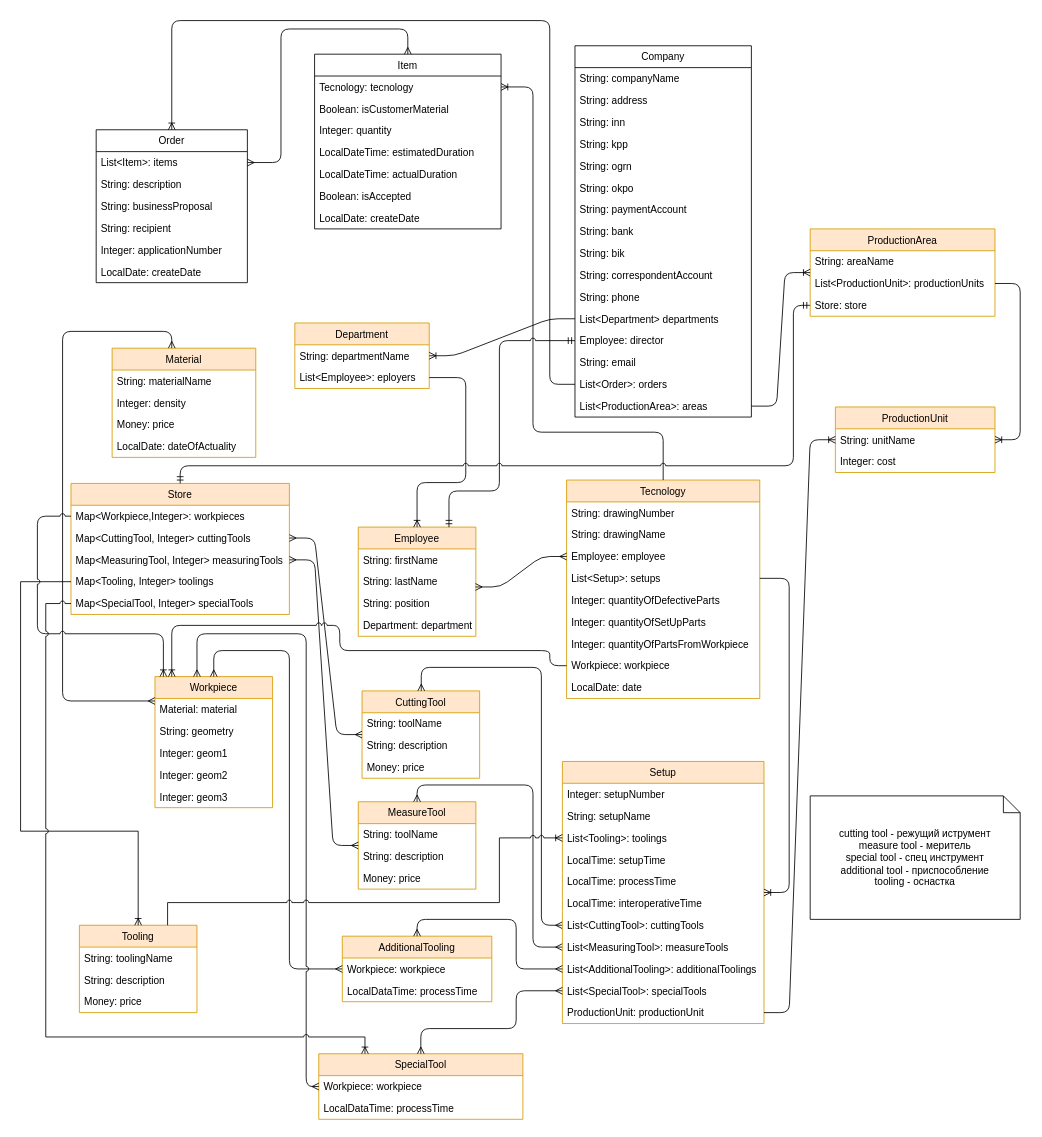
Earlier version of the draw.io diagram erp.drawio (Shaman58/sfsb). Source tidied: cells renumbered, new cells numbered last; positions are measured from the earlier drawing's top-left corner, leaving out a move shared by most shapes. Both pictures are drawn from the tidied source at 84%, with x=0, y=0 at pixel (20, 20).
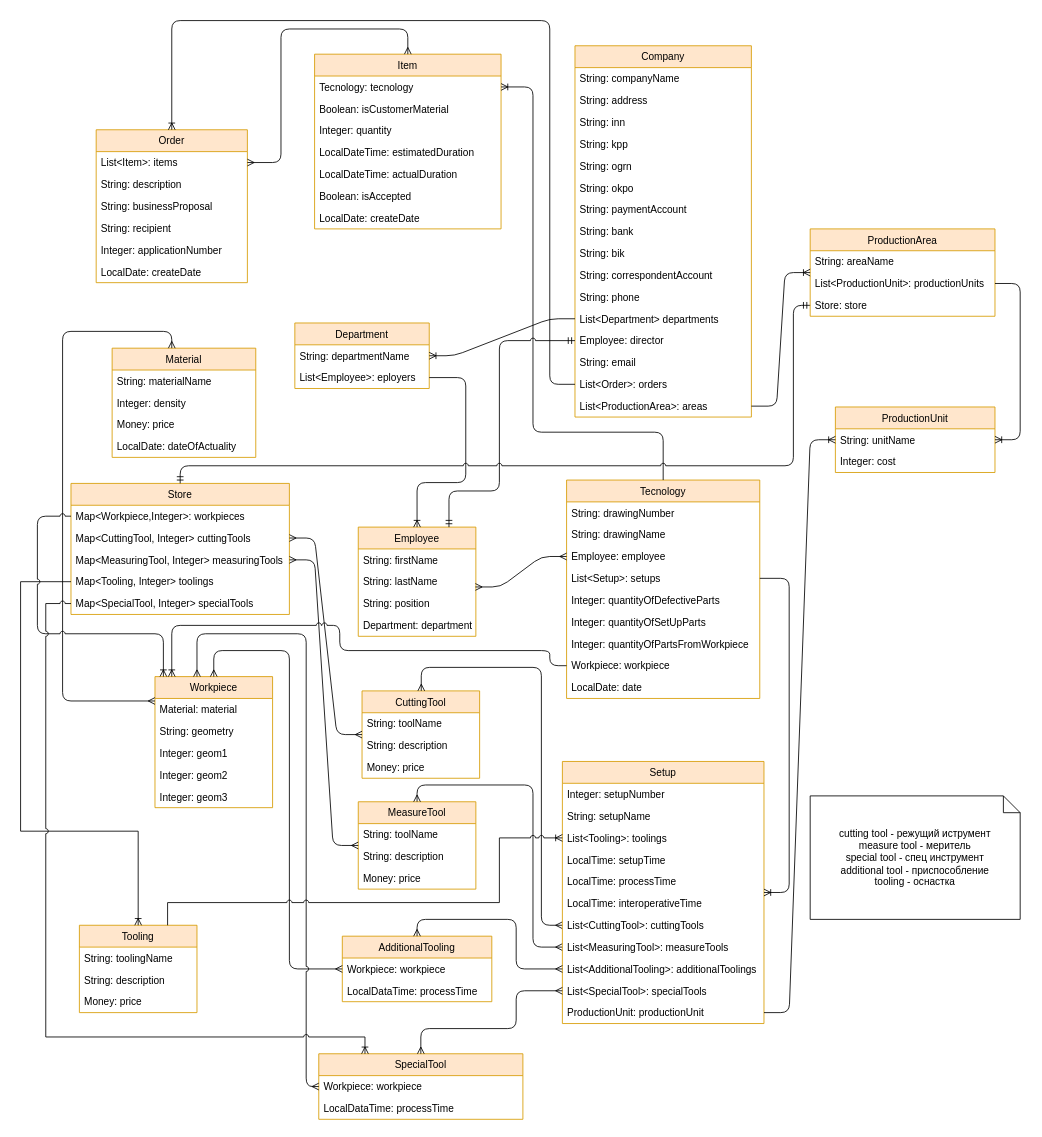
After the change.

Change to the diagram source:
```diff
@@
-    <mxCell id="2" value="Order" style="swimlane;fontStyle=0;horizontal=1;startSize=26;fillColor=none;swimlaneLine=1;" parent="1" vertex="1">
+    <mxCell id="2" value="Order" style="swimlane;fontStyle=0;horizontal=1;startSize=26;fillColor=#ffe6cc;swimlaneLine=1;strokeColor=#d79b00;" parent="1" vertex="1">
       <mxGeometry x="90" y="130" width="180" height="182" as="geometry" />
     </mxCell>
@@
-    <mxCell id="9" value="Item" style="swimlane;fontStyle=0;horizontal=1;startSize=26;fillColor=none;fontColor=#000000;direction=east;" parent="1" vertex="1">
+    <mxCell id="9" value="Item" style="swimlane;fontStyle=0;horizontal=1;startSize=26;fillColor=#ffe6cc;direction=east;strokeColor=#d79b00;" parent="1" vertex="1">
       <mxGeometry x="350" y="40" width="222" height="208" as="geometry" />
     </mxCell>
@@
-    <mxCell id="44" value="Company" style="swimlane;fontStyle=0;horizontal=1;startSize=26;fillColor=none;fontSize=12;fontColor=#000000;" parent="1" vertex="1">
+    <mxCell id="44" value="Company" style="swimlane;fontStyle=0;horizontal=1;startSize=26;fillColor=#ffe6cc;fontSize=12;strokeColor=#d79b00;" parent="1" vertex="1">
       <mxGeometry x="660" y="30" width="210" height="442" as="geometry" />
     </mxCell>
```
